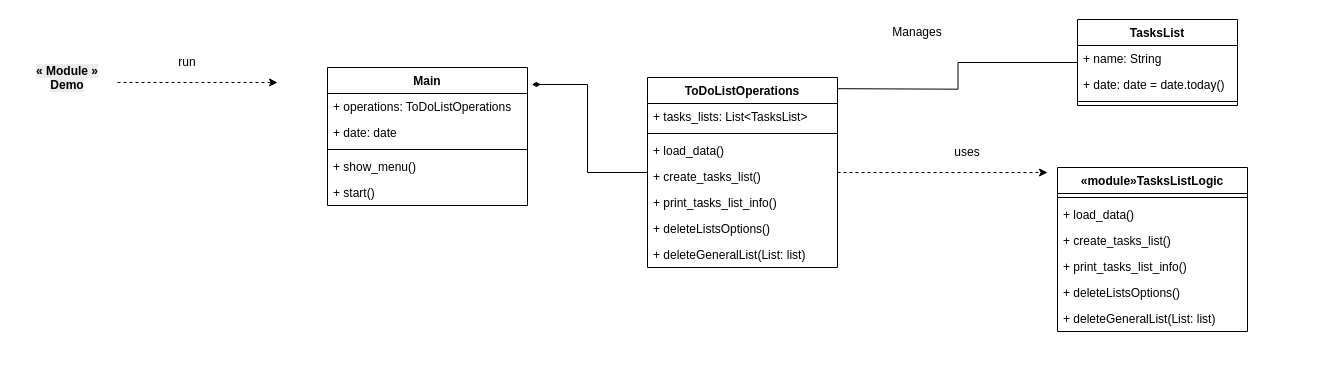
Above: page "UML Class Diagram" (6 of 6) of ToDoList App.drawio in AbdallahDaradkeh-1/ToDoList-App (draw.io), before the change. Source tidied: cells renumbered, new cells numbered last; positions are measured from the earlier drawing's top-left corner, leaving out a move shared by most shapes. Both pictures are drawn from the tidied source at 100%, with x=0, y=0 at pixel (17, 17).
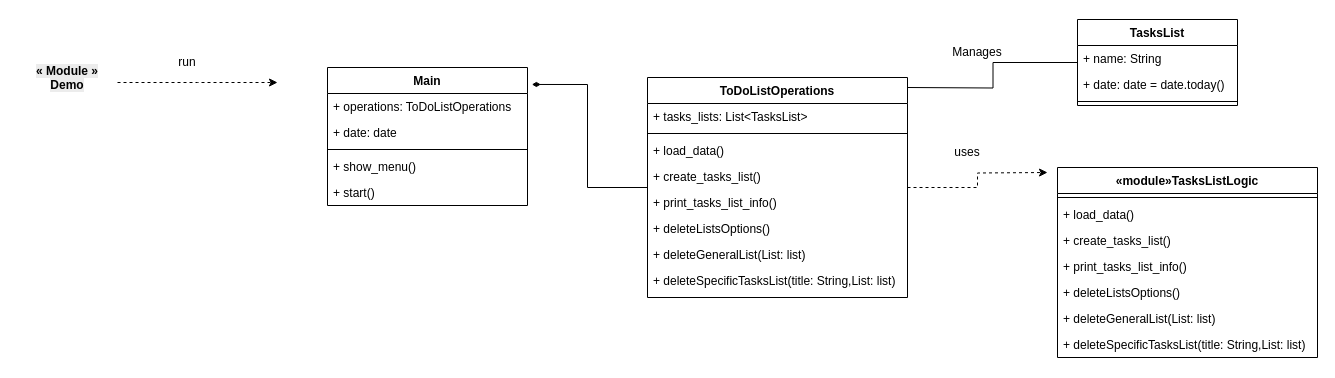
After the change.

Unchanged cells that the change refers to:
```xml
<mxCell id="11" value="TasksList" style="swimlane;fontStyle=1;align=center;verticalAlign=top;horizontal=1;startSize=26;whiteSpace=wrap;html=1;" parent="1" vertex="1">
  <mxGeometry x="1060" y="2" width="160" height="86" as="geometry" />
</mxCell>
```

What changed in the source:
```diff
@@
     <mxCell id="3" value="&lt;span style=&quot;&quot;&gt;ToDoListOperations&lt;/span&gt;" style="swimlane;fontStyle=1;align=center;verticalAlign=top;horizontal=1;startSize=26;whiteSpace=wrap;html=1;" parent="1" vertex="1">
-      <mxGeometry x="630" y="60" width="190" height="190" as="geometry" />
+      <mxGeometry x="630" y="60" width="260" height="220" as="geometry" />
     </mxCell>
     <mxCell id="4" value="+ tasks_lists: List&amp;lt;TasksList&amp;gt;" style="text;strokeColor=none;fillColor=none;align=left;verticalAlign=top;spacingLeft=4;spacingRight=4;overflow=hidden;whiteSpace=wrap;html=1;" parent="3" vertex="1">
-      <mxGeometry y="26" width="190" height="26" as="geometry" />
+      <mxGeometry y="26" width="260" height="26" as="geometry" />
     </mxCell>
     <mxCell id="5" style="line;strokeWidth=1;fillColor=none;align=left;verticalAlign=middle;spacingTop=-1;spacingLeft=3;spacingRight=3;labelPosition=right;strokeColor=inherit;" parent="3" vertex="1">
-      <mxGeometry y="52" width="190" height="8" as="geometry" />
+      <mxGeometry y="52" width="260" height="8" as="geometry" />
     </mxCell>
     <mxCell id="6" value="+ load_data()" style="text;strokeColor=none;fillColor=none;align=left;verticalAlign=top;spacingLeft=4;spacingRight=4;overflow=hidden;whiteSpace=wrap;html=1;" parent="3" vertex="1">
-      <mxGeometry y="60" width="190" height="26" as="geometry" />
+      <mxGeometry y="60" width="260" height="26" as="geometry" />
     </mxCell>
     <mxCell id="7" value="+ create_tasks_list()" style="text;strokeColor=none;fillColor=none;align=left;verticalAlign=top;spacingLeft=4;spacingRight=4;overflow=hidden;whiteSpace=wrap;html=1;" parent="3" vertex="1">
-      <mxGeometry y="86" width="190" height="26" as="geometry" />
+      <mxGeometry y="86" width="260" height="26" as="geometry" />
     </mxCell>
     <mxCell id="8" value="+ print_tasks_list_info()" style="text;strokeColor=none;fillColor=none;align=left;verticalAlign=top;spacingLeft=4;spacingRight=4;overflow=hidden;whiteSpace=wrap;html=1;" parent="3" vertex="1">
-      <mxGeometry y="112" width="190" height="26" as="geometry" />
+      <mxGeometry y="112" width="260" height="26" as="geometry" />
     </mxCell>
     <mxCell id="9" value="+ deleteListsOptions()" style="text;strokeColor=none;fillColor=none;align=left;verticalAlign=top;spacingLeft=4;spacingRight=4;overflow=hidden;whiteSpace=wrap;html=1;" parent="3" vertex="1">
-      <mxGeometry y="138" width="190" height="26" as="geometry" />
+      <mxGeometry y="138" width="260" height="26" as="geometry" />
     </mxCell>
     <mxCell id="10" value="+ deleteGeneralList(List: list)" style="text;strokeColor=none;fillColor=none;align=left;verticalAlign=top;spacingLeft=4;spacingRight=4;overflow=hidden;whiteSpace=wrap;html=1;" parent="3" vertex="1">
-      <mxGeometry y="164" width="190" height="26" as="geometry" />
+      <mxGeometry y="164" width="260" height="26" as="geometry" />
     </mxCell>
+    <mxCell id="35" value="+ deleteSpecificTasksList(title: String,List: list)" style="text;strokeColor=none;fillColor=none;align=left;verticalAlign=top;spacingLeft=4;spacingRight=4;overflow=hidden;whiteSpace=wrap;html=1;" parent="3" vertex="1">
+      <mxGeometry y="190" width="260" height="30" as="geometry" />
+    </mxCell>
@@
     <mxCell id="15" style="edgeStyle=orthogonalEdgeStyle;rounded=0;jettySize=auto;html=1;endArrow=none;endFill=0;" parent="1" edge="1" source="11">
       <mxGeometry relative="1" as="geometry">
-        <mxPoint x="820" y="71.2" as="targetPoint" />
+        <mxPoint x="890" y="70" as="targetPoint" />
       </mxGeometry>
     </mxCell>
     <mxCell id="16" value="Manages" style="text;html=1;whiteSpace=wrap;strokeColor=none;fillColor=none;align=center;verticalAlign=middle;rounded=0;" parent="1" vertex="1">
-      <mxGeometry x="870" width="60" height="30" as="geometry" />
+      <mxGeometry x="930" y="20" width="60" height="30" as="geometry" />
     </mxCell>
@@
     <mxCell id="27" value="&lt;span style=&quot;&quot;&gt;«module»TasksListLogic&lt;/span&gt;" style="swimlane;fontStyle=1;align=center;verticalAlign=top;horizontal=1;startSize=26;whiteSpace=wrap;html=1;" parent="1" vertex="1">
-      <mxGeometry x="1040" y="150" width="190" height="164" as="geometry" />
+      <mxGeometry x="1040" y="150" width="260" height="190" as="geometry" />
     </mxCell>
     <mxCell id="28" style="line;strokeWidth=1;fillColor=none;align=left;verticalAlign=middle;spacingTop=-1;spacingLeft=3;spacingRight=3;labelPosition=right;strokeColor=inherit;" parent="27" vertex="1">
-      <mxGeometry y="26" width="190" height="8" as="geometry" />
+      <mxGeometry y="26" width="260" height="8" as="geometry" />
     </mxCell>
     <mxCell id="29" value="+ load_data()" style="text;strokeColor=none;fillColor=none;align=left;verticalAlign=top;spacingLeft=4;spacingRight=4;overflow=hidden;whiteSpace=wrap;html=1;" parent="27" vertex="1">
-      <mxGeometry y="34" width="190" height="26" as="geometry" />
+      <mxGeometry y="34" width="260" height="26" as="geometry" />
     </mxCell>
     <mxCell id="30" value="+ create_tasks_list()" style="text;strokeColor=none;fillColor=none;align=left;verticalAlign=top;spacingLeft=4;spacingRight=4;overflow=hidden;whiteSpace=wrap;html=1;" parent="27" vertex="1">
-      <mxGeometry y="60" width="190" height="26" as="geometry" />
+      <mxGeometry y="60" width="260" height="26" as="geometry" />
     </mxCell>
     <mxCell id="31" value="+ print_tasks_list_info()" style="text;strokeColor=none;fillColor=none;align=left;verticalAlign=top;spacingLeft=4;spacingRight=4;overflow=hidden;whiteSpace=wrap;html=1;" parent="27" vertex="1">
-      <mxGeometry y="86" width="190" height="26" as="geometry" />
+      <mxGeometry y="86" width="260" height="26" as="geometry" />
     </mxCell>
     <mxCell id="32" value="+ deleteListsOptions()" style="text;strokeColor=none;fillColor=none;align=left;verticalAlign=top;spacingLeft=4;spacingRight=4;overflow=hidden;whiteSpace=wrap;html=1;" parent="27" vertex="1">
-      <mxGeometry y="112" width="190" height="26" as="geometry" />
+      <mxGeometry y="112" width="260" height="26" as="geometry" />
     </mxCell>
     <mxCell id="33" value="+ deleteGeneralList(List: list)" style="text;strokeColor=none;fillColor=none;align=left;verticalAlign=top;spacingLeft=4;spacingRight=4;overflow=hidden;whiteSpace=wrap;html=1;" parent="27" vertex="1">
-      <mxGeometry y="138" width="190" height="26" as="geometry" />
+      <mxGeometry y="138" width="260" height="26" as="geometry" />
     </mxCell>
+    <mxCell id="36" value="+ deleteSpecificTasksList(title: String,List: list)" style="text;strokeColor=none;fillColor=none;align=left;verticalAlign=top;spacingLeft=4;spacingRight=4;overflow=hidden;whiteSpace=wrap;html=1;" parent="27" vertex="1">
+      <mxGeometry y="164" width="260" height="26" as="geometry" />
+    </mxCell>
```
